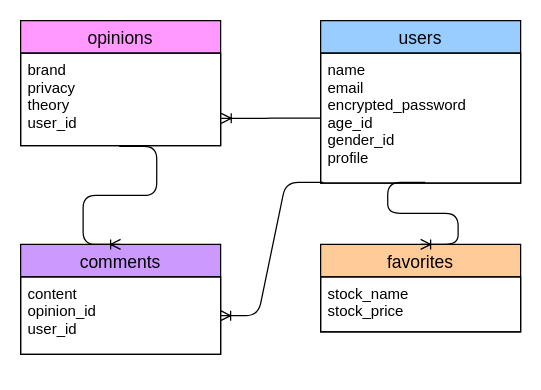
The draw.io diagram ib.dio in yuri-lily/investment_beginner2, before the edit. Source tidied: cells renumbered, new cells numbered last; positions are measured from the earlier drawing's top-left corner, leaving out a move shared by most shapes. Both pictures are drawn from the tidied source at 125%, with x=0, y=0 at pixel (20, 20).
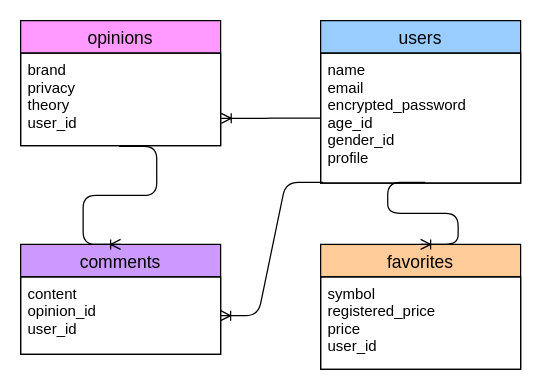
After the change.

The edit, as a diff of the source:
```diff
@@
 <mxGraphModel background="#ffffff">
   <root>
     <mxCell id="0" />
     <mxCell id="1" parent="0" />
     <mxCell id="2" value="users" style="swimlane;fontStyle=0;horizontal=1;startSize=26;align=center;fontSize=14;fillColor=#99CCFF;strokeColor=#000000;fontColor=#000000;" parent="1" vertex="1">
       <mxGeometry x="240" width="160" height="130" as="geometry" />
     </mxCell>
     <mxCell id="3" value="name&#10;email&#10;encrypted_password&#10;age_id&#10;gender_id&#10;profile&#10;" style="text;strokeColor=#000000;fillColor=none;spacingLeft=4;spacingRight=4;overflow=hidden;points=[[0,0.5],[1,0.5]];portConstraint=eastwest;fontSize=12;fontColor=#000000;" parent="2" vertex="1">
       <mxGeometry y="26" width="160" height="104" as="geometry" />
     </mxCell>
     <mxCell id="4" value="opinions" style="swimlane;fontStyle=0;horizontal=1;startSize=26;align=center;fontSize=14;fillColor=#FF99FF;strokeColor=#000000;fontColor=#000000;" parent="1" vertex="1">
       <mxGeometry width="160" height="100" as="geometry" />
     </mxCell>
     <mxCell id="5" value="brand&#10;privacy&#10;theory&#10;user_id" style="text;strokeColor=#000000;fillColor=none;spacingLeft=4;spacingRight=4;overflow=hidden;points=[[0,0.5],[1,0.5]];portConstraint=eastwest;fontSize=12;fontColor=#000000;" parent="4" vertex="1">
       <mxGeometry y="26" width="160" height="74" as="geometry" />
     </mxCell>
     <mxCell id="6" value="favorites" style="swimlane;fontStyle=0;horizontal=1;startSize=26;align=center;fontSize=14;fillColor=#FFCC99;strokeColor=#000000;fontColor=#000000;" parent="1" vertex="1">
-      <mxGeometry x="240" y="179" width="160" height="70" as="geometry" />
+      <mxGeometry x="240" y="179" width="160" height="100" as="geometry" />
     </mxCell>
-    <mxCell id="7" value="stock_name&#10;stock_price&#10;" style="text;strokeColor=#000000;fillColor=none;spacingLeft=4;spacingRight=4;overflow=hidden;fontSize=12;fontColor=#000000;" parent="6" vertex="1">
-      <mxGeometry y="26" width="160" height="44" as="geometry" />
+    <mxCell id="7" value="symbol&#10;registered_price&#10;price&#10;user_id" style="text;strokeColor=#000000;fillColor=none;spacingLeft=4;spacingRight=4;overflow=hidden;fontSize=12;fontColor=#000000;" parent="6" vertex="1">
+      <mxGeometry y="26" width="160" height="74" as="geometry" />
     </mxCell>
     <mxCell id="8" value="comments" style="swimlane;fontStyle=0;horizontal=1;startSize=26;align=center;fontSize=14;fillColor=#CC99FF;strokeColor=#000000;fontColor=#000000;" parent="1" vertex="1">
       <mxGeometry y="179" width="160" height="88" as="geometry" />
     </mxCell>
     <mxCell id="9" value="content&#10;opinion_id&#10;user_id" style="text;strokeColor=#000000;fillColor=none;spacingLeft=4;spacingRight=4;overflow=hidden;points=[[0,0.5],[1,0.5]];portConstraint=eastwest;fontSize=12;fontColor=#000000;" parent="8" vertex="1">
       <mxGeometry y="26" width="160" height="62" as="geometry" />
     </mxCell>
     <mxCell id="10" style="edgeStyle=entityRelationEdgeStyle;fontSize=12;html=1;endArrow=ERoneToMany;exitX=0;exitY=0.5;exitDx=0;exitDy=0;entryX=1.003;entryY=0.705;entryDx=0;entryDy=0;entryPerimeter=0;strokeColor=#000000;" parent="1" edge="1" source="3" target="5">
       <mxGeometry relative="1" as="geometry" />
     </mxCell>
     <mxCell id="11" style="edgeStyle=entityRelationEdgeStyle;fontSize=12;html=1;endArrow=ERoneToMany;exitX=0.523;exitY=0.994;exitDx=0;exitDy=0;exitPerimeter=0;entryX=0.5;entryY=0;entryDx=0;entryDy=0;strokeColor=#000000;" parent="1" edge="1" source="3" target="6">
       <mxGeometry relative="1" as="geometry" />
     </mxCell>
     <mxCell id="12" style="edgeStyle=entityRelationEdgeStyle;fontSize=12;html=1;endArrow=ERoneToMany;entryX=0.5;entryY=0;entryDx=0;entryDy=0;exitX=0.493;exitY=1.008;exitDx=0;exitDy=0;exitPerimeter=0;strokeColor=#000000;" parent="1" edge="1" source="5" target="8">
       <mxGeometry relative="1" as="geometry" />
     </mxCell>
     <mxCell id="13" style="edgeStyle=entityRelationEdgeStyle;fontSize=12;html=1;endArrow=ERoneToMany;entryX=1;entryY=0.5;entryDx=0;entryDy=0;exitX=0.013;exitY=0.994;exitDx=0;exitDy=0;exitPerimeter=0;strokeColor=#000000;" parent="1" edge="1" source="3" target="9">
       <mxGeometry relative="1" as="geometry" />
     </mxCell>
   </root>
 </mxGraphModel>
```
